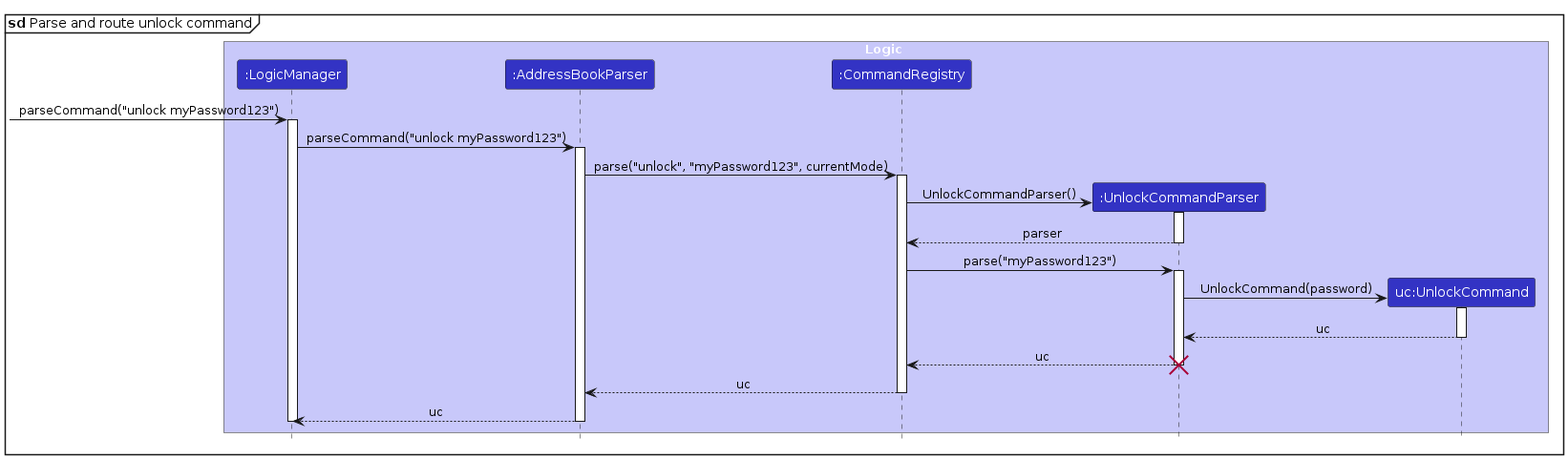
AY2526S2-CS2103T-T15-2/tp keeps this PlantUML diagram as diagrams/UnlockParseSequenceDiagram.png. Above is the earlier version. Its source is kept beside it as diagrams/UnlockParseSequenceDiagram.puml.
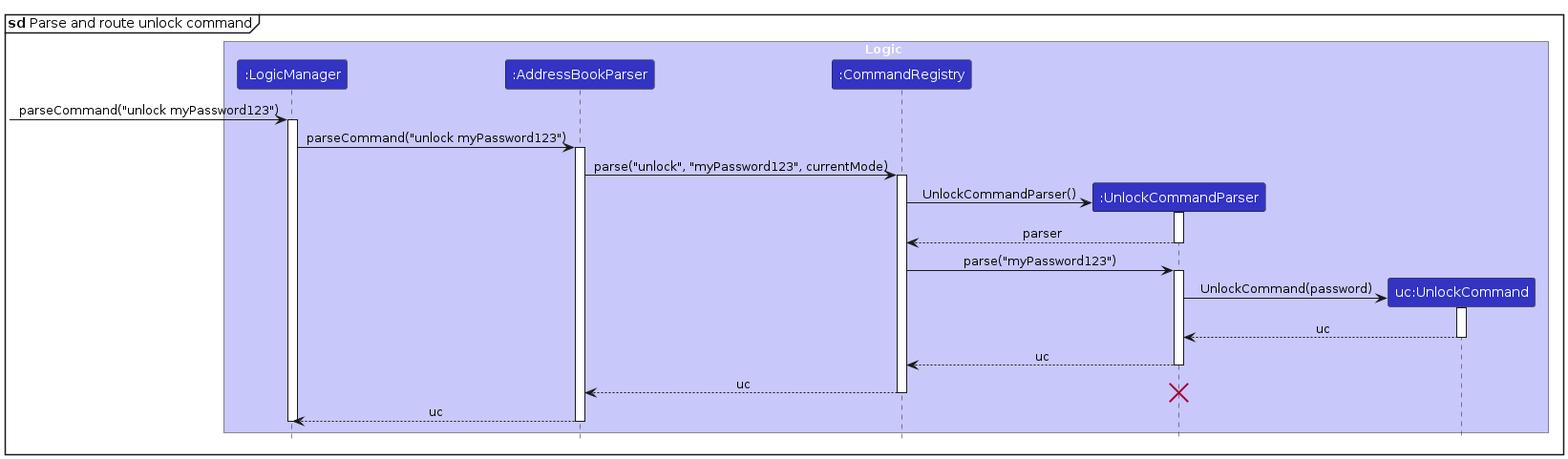
After the change.

What changed in the source:
```diff
@@ -38,10 +38,10 @@
 
 UnlockCommandParser --> CommandRegistry : uc
 deactivate UnlockCommandParser
-destroy UnlockCommandParser
 
 CommandRegistry --> AddressBookParser : uc
 deactivate CommandRegistry
+destroy UnlockCommandParser
 
 AddressBookParser --> LogicManager : uc
 deactivate AddressBookParser
```
